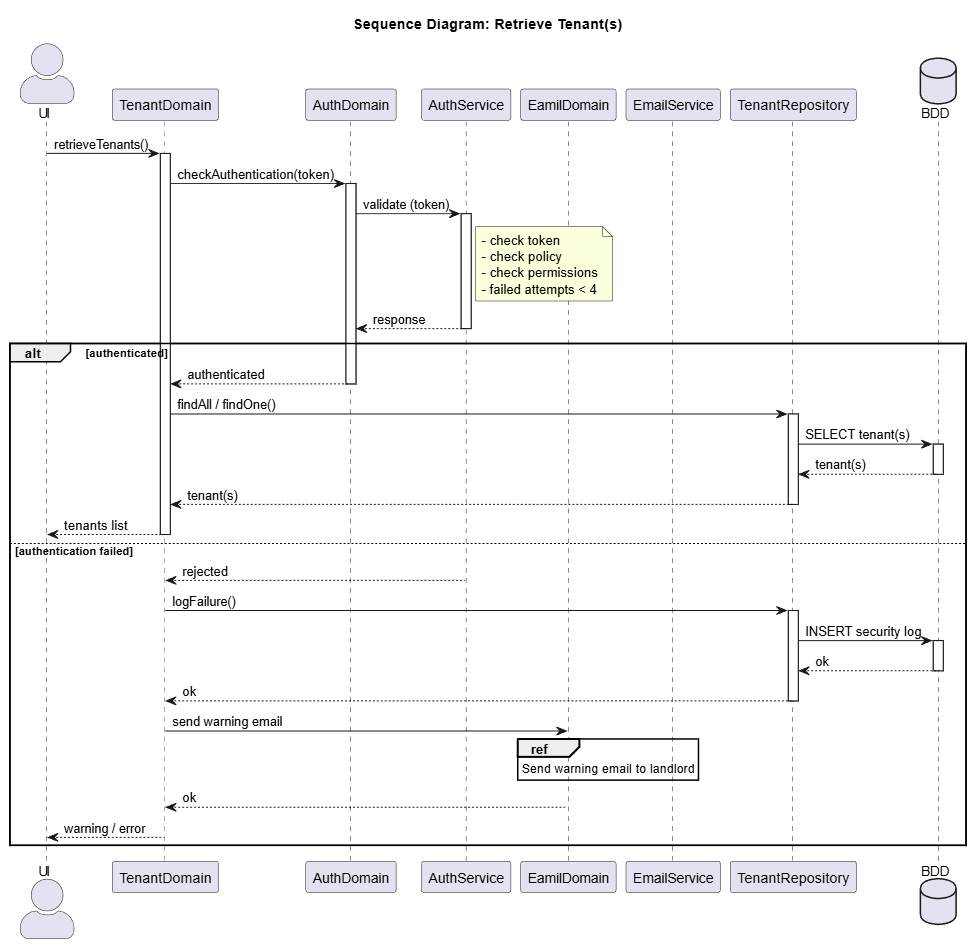
SprigganTwelve/immo-flow keeps this PlantUML diagram as modeling/tenants/sequences/images/get.png. Above is the earlier version. Its source is kept beside it as modeling/tenants/sequences/get.puml.
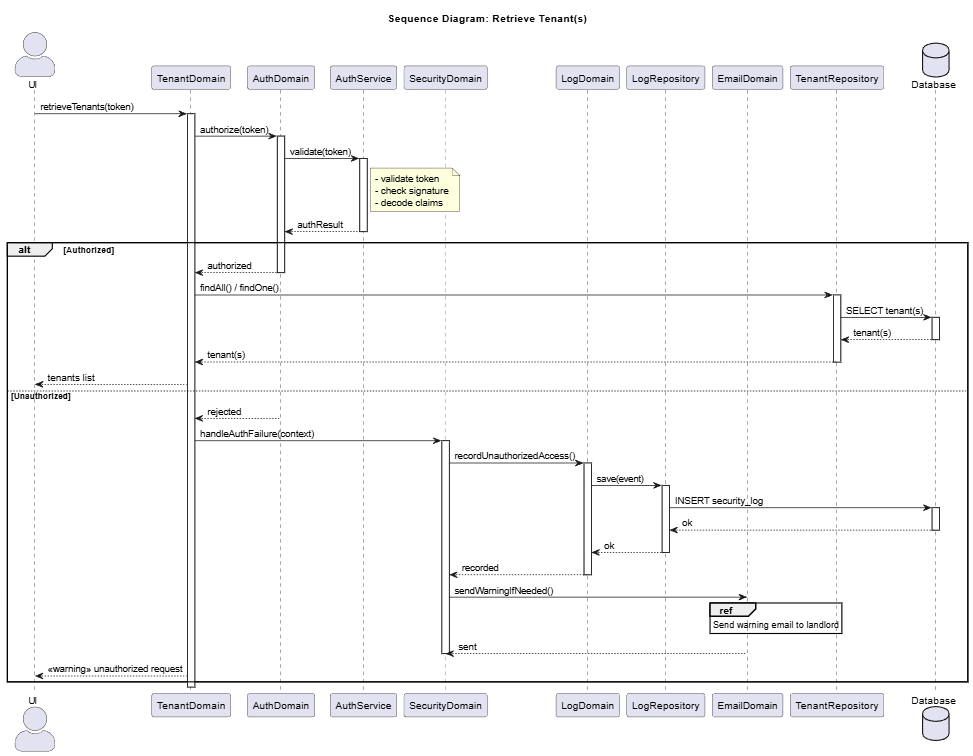
After the commit.

What changed in the source:
```diff
@@ -4,92 +4,93 @@
 skinparam actorStyle awesome
 actor UI
 
-participant "TenantDomain" as TenantDomain
-participant "AuthDomain" as AuthDoamin
-participant "AuthService" as Auth
-participant "EamilDomain"  as EmailDomain
-participant "EmailService" as Email
-participant "TenantRepository" as TenantRepo
-database "BDD" as BDD
+participant "TenantDomain"        as Domain
+participant "AuthDomain"          as AuthDomain
+participant "AuthService"         as AuthService
+participant "SecurityDomain"      as SecurityDomain
+participant "LogDomain"           as LogDomain
+participant "LogRepository"       as LogRepo
+participant "EmailDomain"         as EmailDomain
+participant "TenantRepository"    as TenantRepo
+database "Database"               as DB
 
 
 
-
-UI -> TenantDomain : retrieveTenants()
-activate TenantDomain
+UI -> Domain : retrieveTenants(token)
+activate Domain
 
 
 
-TenantDomain -> AuthDoamin : checkAuthentication(token)
-activate AuthDoamin
+Domain -> AuthDomain : authorize(token)
+activate AuthDomain
 
-AuthDoamin -> Auth : validate (token)
-activate Auth
 
-note right of Auth
-  - check token
-  - check policy
-  - check permissions
-  - failed attempts < 4
+AuthDomain -> AuthService : validate(token)
+activate AuthService
+
+
+note right of AuthService
+  - validate token
+  - check signature
+  - decode claims
 end note
 
-Auth --> AuthDoamin: response
-deactivate Auth
+AuthService --> AuthDomain : authResult
+deactivate AuthService
 
 
 
-alt authenticated
+alt Authorized
+    AuthDomain --> Domain : authorized
+    deactivate AuthDomain
 
-    AuthDoamin --> TenantDomain : authenticated
-    deactivate AuthDoamin
-
-
-    TenantDomain -> TenantRepo : findAll / findOne()
+    Domain -> TenantRepo : findAll() / findOne()
     activate TenantRepo
 
+    TenantRepo -> DB : SELECT tenant(s)
+    activate DB
+    DB --> TenantRepo : tenant(s)
+    deactivate DB
 
-    TenantRepo -> BDD : SELECT tenant(s)
-    activate BDD
-    BDD --> TenantRepo : tenant(s)
-    deactivate BDD
-
-
-    TenantRepo --> TenantDomain : tenant(s)
+    TenantRepo --> Domain : tenant(s)
     deactivate TenantRepo
 
+    Domain --> UI : tenants list
 
-    TenantDomain --> UI : tenants list
-    deactivate TenantDomain
+else Unauthorized
+    AuthDomain --> Domain : rejected
+    deactivate AuthDomain
 
+    Domain -> SecurityDomain : handleAuthFailure(context)
+    activate SecurityDomain
 
-else authentication failed
+    SecurityDomain -> LogDomain : recordUnauthorizedAccess()
+    activate LogDomain
 
-    Auth --> TenantDomain : rejected
-    deactivate Auth
+    LogDomain -> LogRepo : save(event)
+    activate LogRepo
 
+    LogRepo -> DB : INSERT security_log
+    activate DB
+    DB --> LogRepo : ok
+    deactivate DB
 
-    TenantDomain -> TenantRepo : logFailure()
-    activate TenantRepo
-    TenantRepo -> BDD : INSERT security log
-    activate BDD
-    BDD --> TenantRepo : ok
-    deactivate BDD
+    LogRepo --> LogDomain : ok
+    deactivate LogRepo
 
-    TenantRepo --> TenantDomain: ok
-    deactivate TenantRepo
+    LogDomain --> SecurityDomain : recorded
+    deactivate LogDomain
 
+    SecurityDomain -> EmailDomain : sendWarningIfNeeded()
+    ref over EmailDomain
+        Send warning email to landlord
+    end ref
 
-    TenantDomain -> EmailDomain : send warning email
-    ref over EmailDomain
-            Send warning email  to landlord
-    end ref
-    EmailDomain --> TenantDomain: ok
+    EmailDomain --> SecurityDomain : sent
+    deactivate SecurityDomain
 
-
-    TenantDomain --> UI : warning / error
-    deactivate TenantDomain
-
+    Domain --> UI : <<warning>> unauthorized request
 end
 
-
+deactivate Domain
 @enduml
```
